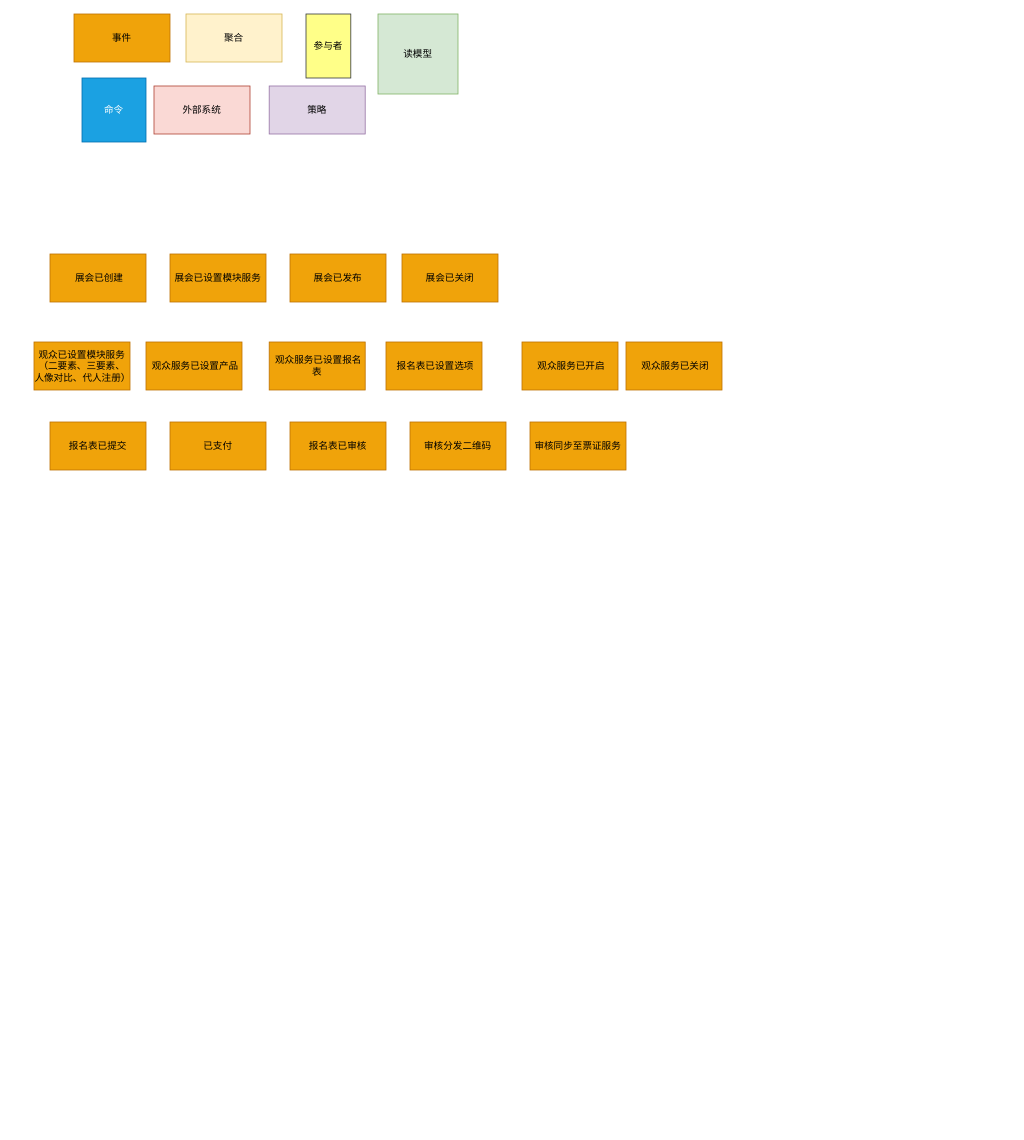
flimsiness/toolkit keeps this draw.io diagram as 未命名绘图.drawio. Above is the earlier version. Source tidied: cells renumbered, new cells numbered last; positions are measured from the earlier drawing's top-left corner, leaving out a move shared by most shapes. Both pictures are drawn from the tidied source at 80%, with x=0, y=0 at pixel (34, 14).
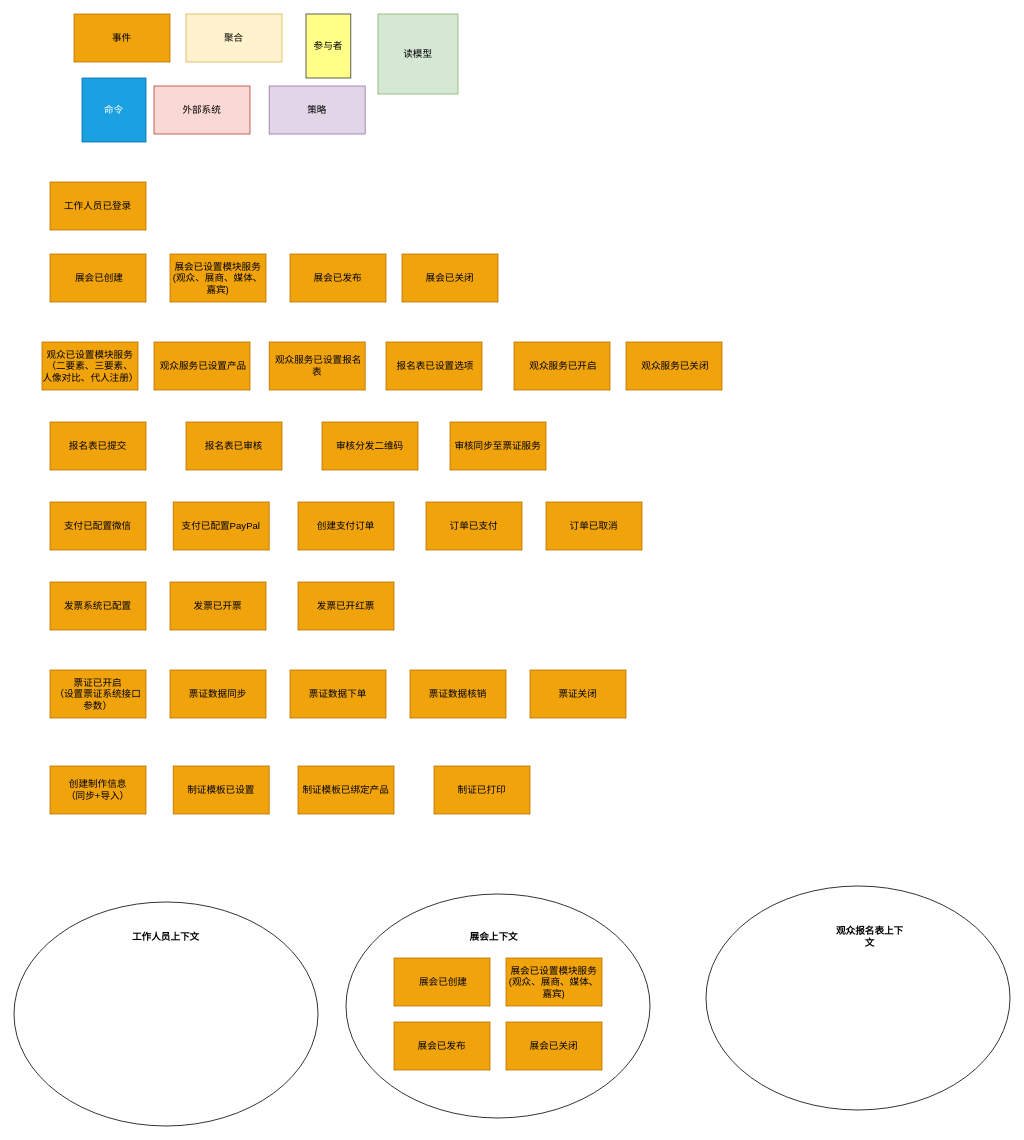
Above is the later version.

Commit message (it also covers changes not shown here):
更新未命名绘图.drawio

The edit, as a diff of the source:
```diff
@@
-    <mxCell id="11" value="展会已设置模块服务" style="rounded=0;whiteSpace=wrap;html=1;fillColor=#f0a30a;strokeColor=#BD7000;fontColor=#000000;" parent="1" vertex="1">
+    <mxCell id="11" value="展会已设置模块服务&lt;div&gt;(观众、展商、媒体、嘉宾)&lt;/div&gt;" style="rounded=0;whiteSpace=wrap;html=1;fillColor=#f0a30a;strokeColor=#BD7000;fontColor=#000000;" parent="1" vertex="1">
       <mxGeometry x="170" y="300" width="120" height="60" as="geometry" />
     </mxCell>
@@
     <mxCell id="14" value="&amp;nbsp;观众服务已设置产品" style="rounded=0;whiteSpace=wrap;html=1;fillColor=#f0a30a;strokeColor=#BD7000;fontColor=#000000;" parent="1" vertex="1">
-      <mxGeometry x="140" y="410" width="120" height="60" as="geometry" />
+      <mxGeometry x="150" y="410" width="120" height="60" as="geometry" />
     </mxCell>
     <mxCell id="15" value="&amp;nbsp;观众服务已开启" style="rounded=0;whiteSpace=wrap;html=1;fillColor=#f0a30a;strokeColor=#BD7000;fontColor=#000000;" parent="1" vertex="1">
-      <mxGeometry x="610" y="410" width="120" height="60" as="geometry" />
+      <mxGeometry x="600" y="410" width="120" height="60" as="geometry" />
     </mxCell>
@@
     <mxCell id="19" value="报名表已审核" style="rounded=0;whiteSpace=wrap;html=1;fillColor=#f0a30a;strokeColor=#BD7000;fontColor=#000000;" parent="1" vertex="1">
-      <mxGeometry x="320" y="510" width="120" height="60" as="geometry" />
+      <mxGeometry x="190" y="510" width="120" height="60" as="geometry" />
     </mxCell>
     <mxCell id="20" value="审核分发二维码" style="rounded=0;whiteSpace=wrap;html=1;fillColor=#f0a30a;strokeColor=#BD7000;fontColor=#000000;" parent="1" vertex="1">
-      <mxGeometry x="470" y="510" width="120" height="60" as="geometry" />
+      <mxGeometry x="360" y="510" width="120" height="60" as="geometry" />
     </mxCell>
     <mxCell id="21" value="审核同步至票证服务" style="rounded=0;whiteSpace=wrap;html=1;fillColor=#f0a30a;strokeColor=#BD7000;fontColor=#000000;" parent="1" vertex="1">
-      <mxGeometry x="620" y="510" width="120" height="60" as="geometry" />
+      <mxGeometry x="520" y="510" width="120" height="60" as="geometry" />
     </mxCell>
-    <mxCell id="22" value="已支付" style="rounded=0;whiteSpace=wrap;html=1;fillColor=#f0a30a;strokeColor=#BD7000;fontColor=#000000;" parent="1" vertex="1">
-      <mxGeometry x="170" y="510" width="120" height="60" as="geometry" />
+    <mxCell id="22" value="创建支付订单" style="rounded=0;whiteSpace=wrap;html=1;fillColor=#f0a30a;strokeColor=#BD7000;fontColor=#000000;" parent="1" vertex="1">
+      <mxGeometry x="330" y="610" width="120" height="60" as="geometry" />
     </mxCell>
@@
     <mxCell id="24" value="观众已设置模块服务&lt;div&gt;（二要素、三要素、人像对比、代人注册）&lt;/div&gt;" style="rounded=0;whiteSpace=wrap;html=1;fillColor=#f0a30a;strokeColor=#BD7000;fontColor=#000000;" parent="1" vertex="1">
-      <mxGeometry y="410" width="120" height="60" as="geometry" />
+      <mxGeometry x="10" y="410" width="120" height="60" as="geometry" />
     </mxCell>
+    <mxCell id="25" value="票证已开启&lt;div&gt;（设置票证系统接口参数）&lt;/div&gt;" style="rounded=0;whiteSpace=wrap;html=1;fillColor=#f0a30a;strokeColor=#BD7000;fontColor=#000000;" parent="1" vertex="1">
+      <mxGeometry x="20" y="820" width="120" height="60" as="geometry" />
+    </mxCell>
+    <mxCell id="26" value="支付已配置微信" style="rounded=0;whiteSpace=wrap;html=1;fillColor=#f0a30a;strokeColor=#BD7000;fontColor=#000000;" parent="1" vertex="1">
+      <mxGeometry x="20" y="610" width="120" height="60" as="geometry" />
+    </mxCell>
+    <mxCell id="27" value="支付已配置PayPal" style="rounded=0;whiteSpace=wrap;html=1;fillColor=#f0a30a;strokeColor=#BD7000;fontColor=#000000;" parent="1" vertex="1">
+      <mxGeometry x="174" y="610" width="120" height="60" as="geometry" />
+    </mxCell>
+    <mxCell id="28" value="票证数据同步" style="rounded=0;whiteSpace=wrap;html=1;fillColor=#f0a30a;strokeColor=#BD7000;fontColor=#000000;" parent="1" vertex="1">
+      <mxGeometry x="170" y="820" width="120" height="60" as="geometry" />
+    </mxCell>
+    <mxCell id="29" value="票证数据下单" style="rounded=0;whiteSpace=wrap;html=1;fillColor=#f0a30a;strokeColor=#BD7000;fontColor=#000000;" parent="1" vertex="1">
+      <mxGeometry x="320" y="820" width="120" height="60" as="geometry" />
+    </mxCell>
+    <mxCell id="30" value="票证数据核销" style="rounded=0;whiteSpace=wrap;html=1;fillColor=#f0a30a;strokeColor=#BD7000;fontColor=#000000;" parent="1" vertex="1">
+      <mxGeometry x="470" y="820" width="120" height="60" as="geometry" />
+    </mxCell>
+    <mxCell id="31" value="票证关闭" style="rounded=0;whiteSpace=wrap;html=1;fillColor=#f0a30a;strokeColor=#BD7000;fontColor=#000000;" parent="1" vertex="1">
+      <mxGeometry x="620" y="820" width="120" height="60" as="geometry" />
+    </mxCell>
+    <mxCell id="32" value="订单已支付" style="rounded=0;whiteSpace=wrap;html=1;fillColor=#f0a30a;strokeColor=#BD7000;fontColor=#000000;" parent="1" vertex="1">
+      <mxGeometry x="490" y="610" width="120" height="60" as="geometry" />
+    </mxCell>
+    <mxCell id="33" value="订单已取消" style="rounded=0;whiteSpace=wrap;html=1;fillColor=#f0a30a;strokeColor=#BD7000;fontColor=#000000;" parent="1" vertex="1">
+      <mxGeometry x="640" y="610" width="120" height="60" as="geometry" />
+    </mxCell>
+    <mxCell id="34" value="制证模板已设置" style="rounded=0;whiteSpace=wrap;html=1;fillColor=#f0a30a;strokeColor=#BD7000;fontColor=#000000;" parent="1" vertex="1">
+      <mxGeometry x="174" y="940" width="120" height="60" as="geometry" />
+    </mxCell>
+    <mxCell id="35" value="制证模板已绑定产品" style="rounded=0;whiteSpace=wrap;html=1;fillColor=#f0a30a;strokeColor=#BD7000;fontColor=#000000;" parent="1" vertex="1">
+      <mxGeometry x="330" y="940" width="120" height="60" as="geometry" />
+    </mxCell>
+    <mxCell id="36" value="制证已打印" style="rounded=0;whiteSpace=wrap;html=1;fillColor=#f0a30a;strokeColor=#BD7000;fontColor=#000000;" parent="1" vertex="1">
+      <mxGeometry x="500" y="940" width="120" height="60" as="geometry" />
+    </mxCell>
+    <mxCell id="37" value="创建制作信息&lt;div&gt;（同步+导入）&lt;/div&gt;" style="rounded=0;whiteSpace=wrap;html=1;fillColor=#f0a30a;strokeColor=#BD7000;fontColor=#000000;" parent="1" vertex="1">
+      <mxGeometry x="20" y="940" width="120" height="60" as="geometry" />
+    </mxCell>
+    <mxCell id="38" value="发票系统已配置" style="rounded=0;whiteSpace=wrap;html=1;fillColor=#f0a30a;strokeColor=#BD7000;fontColor=#000000;" parent="1" vertex="1">
+      <mxGeometry x="20" y="710" width="120" height="60" as="geometry" />
+    </mxCell>
+    <mxCell id="39" value="发票已开票" style="rounded=0;whiteSpace=wrap;html=1;fillColor=#f0a30a;strokeColor=#BD7000;fontColor=#000000;" parent="1" vertex="1">
+      <mxGeometry x="170" y="710" width="120" height="60" as="geometry" />
+    </mxCell>
+    <mxCell id="40" value="发票已开红票" style="rounded=0;whiteSpace=wrap;html=1;fillColor=#f0a30a;strokeColor=#BD7000;fontColor=#000000;" parent="1" vertex="1">
+      <mxGeometry x="330" y="710" width="120" height="60" as="geometry" />
+    </mxCell>
+    <mxCell id="41" value="工作人员已登录" style="rounded=0;whiteSpace=wrap;html=1;fillColor=#f0a30a;strokeColor=#BD7000;fontColor=#000000;" parent="1" vertex="1">
+      <mxGeometry x="20" y="210" width="120" height="60" as="geometry" />
+    </mxCell>
+    <mxCell id="42" style="ellipse;whiteSpace=wrap;html=1;" parent="1" vertex="1">
+      <mxGeometry x="-25" y="1110" width="380" height="280" as="geometry" />
+    </mxCell>
+    <mxCell id="43" value="工作人员上下文" style="text;html=1;align=center;verticalAlign=middle;whiteSpace=wrap;rounded=0;fontStyle=1;" parent="1" vertex="1">
+      <mxGeometry x="120" y="1139" width="90" height="30" as="geometry" />
+    </mxCell>
+    <mxCell id="44" style="ellipse;whiteSpace=wrap;html=1;" parent="1" vertex="1">
+      <mxGeometry x="390" y="1100" width="380" height="280" as="geometry" />
+    </mxCell>
+    <mxCell id="45" value="展会上下文" style="text;html=1;align=center;verticalAlign=middle;whiteSpace=wrap;rounded=0;fontStyle=1;" parent="1" vertex="1">
+      <mxGeometry x="530" y="1139" width="90" height="30" as="geometry" />
+    </mxCell>
+    <mxCell id="46" value="&amp;nbsp;展会已创建" style="rounded=0;whiteSpace=wrap;html=1;fillColor=#f0a30a;strokeColor=#BD7000;fontColor=#000000;" parent="1" vertex="1">
+      <mxGeometry x="450" y="1180" width="120" height="60" as="geometry" />
+    </mxCell>
+    <mxCell id="47" value="展会已设置模块服务&lt;div&gt;(观众、展商、媒体、嘉宾)&lt;/div&gt;" style="rounded=0;whiteSpace=wrap;html=1;fillColor=#f0a30a;strokeColor=#BD7000;fontColor=#000000;" parent="1" vertex="1">
+      <mxGeometry x="590" y="1180" width="120" height="60" as="geometry" />
+    </mxCell>
+    <mxCell id="48" value="展会已发布" style="rounded=0;whiteSpace=wrap;html=1;fillColor=#f0a30a;strokeColor=#BD7000;fontColor=#000000;" parent="1" vertex="1">
+      <mxGeometry x="450" y="1260" width="120" height="60" as="geometry" />
+    </mxCell>
+    <mxCell id="49" value="展会已关闭" style="rounded=0;whiteSpace=wrap;html=1;fillColor=#f0a30a;strokeColor=#BD7000;fontColor=#000000;" parent="1" vertex="1">
+      <mxGeometry x="590" y="1260" width="120" height="60" as="geometry" />
+    </mxCell>
+    <mxCell id="50" style="ellipse;whiteSpace=wrap;html=1;" parent="1" vertex="1">
+      <mxGeometry x="840" y="1090" width="380" height="280" as="geometry" />
+    </mxCell>
+    <mxCell id="51" value="观众报名表上下文" style="text;html=1;align=center;verticalAlign=middle;whiteSpace=wrap;rounded=0;fontStyle=1;" parent="1" vertex="1">
+      <mxGeometry x="1000" y="1139" width="90" height="30" as="geometry" />
+    </mxCell>
```
